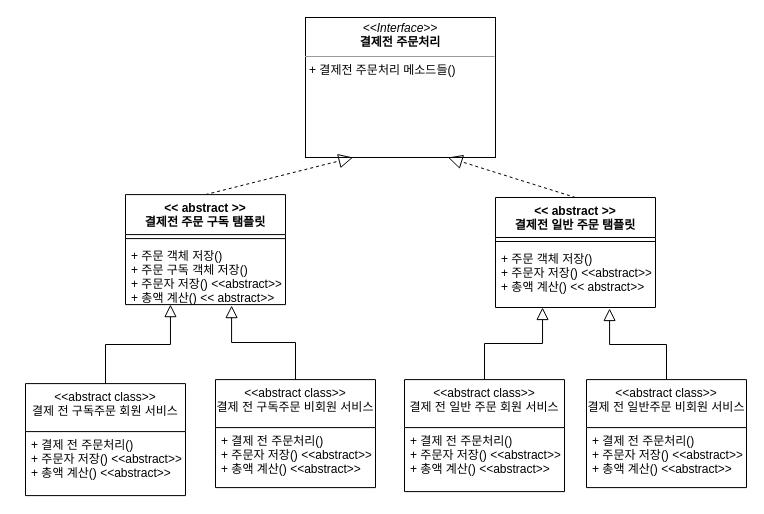
Earlier version of the draw.io diagram 제목 없는 다이어그램.drawio (sdh46/dahye-jenkins). Source tidied: cells renumbered, new cells numbered last; positions are measured from the earlier drawing's top-left corner, leaving out a move shared by most shapes. Both pictures are drawn from the tidied source at 100%, with x=0, y=0 at pixel (25, 17).
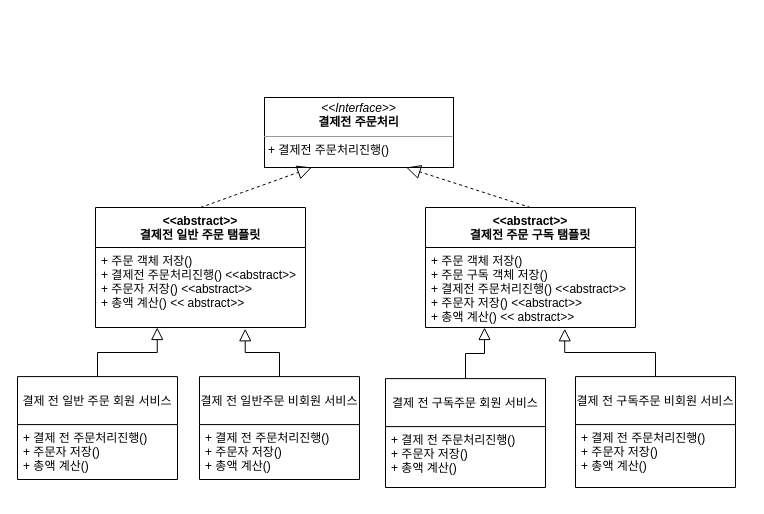
Above is the later version.

Commit message (it also covers changes not shown here):
제목 없는 다이어그램.drawio 업데이트

What changed in the source:
```diff
@@
-    <mxCell id="2" value="&lt;p style=&quot;margin:0px;margin-top:4px;text-align:center;&quot;&gt;&lt;i&gt;&amp;lt;&amp;lt;Interface&amp;gt;&amp;gt;&lt;/i&gt;&lt;br&gt;&lt;b&gt;결제전 주문처리&lt;/b&gt;&lt;/p&gt;&lt;hr size=&quot;1&quot;&gt;&lt;p style=&quot;margin:0px;margin-left:4px;&quot;&gt;&lt;/p&gt;&lt;p style=&quot;margin:0px;margin-left:4px;&quot;&gt;+ 결제전 주문처리 메소드들()&lt;br&gt;&lt;br&gt;&lt;/p&gt;" style="verticalAlign=top;align=left;overflow=fill;fontSize=12;fontFamily=Helvetica;html=1;" parent="1" vertex="1">
-      <mxGeometry x="280" width="190" height="140" as="geometry" />
+    <mxCell id="2" value="&lt;p style=&quot;margin:0px;margin-top:4px;text-align:center;&quot;&gt;&lt;i&gt;&amp;lt;&amp;lt;Interface&amp;gt;&amp;gt;&lt;/i&gt;&lt;br&gt;&lt;b&gt;결제전 주문처리&lt;/b&gt;&lt;/p&gt;&lt;hr size=&quot;1&quot;&gt;&lt;p style=&quot;margin:0px;margin-left:4px;&quot;&gt;&lt;/p&gt;&lt;p style=&quot;margin:0px;margin-left:4px;&quot;&gt;+ 결제전 주문처리진행()&lt;br&gt;&lt;br&gt;&lt;/p&gt;" style="verticalAlign=top;align=left;overflow=fill;fontSize=12;fontFamily=Helvetica;html=1;" parent="1" vertex="1">
+      <mxGeometry x="239" y="80" width="189" height="70" as="geometry" />
     </mxCell>
-    <mxCell id="3" style="endArrow=block;dashed=1;endFill=0;endSize=12;html=1;rounded=0;entryX=0.25;entryY=1;entryDx=0;entryDy=0;exitX=0.5;exitY=0;exitDx=0;exitDy=0;" parent="1" edge="1" source="4" target="2">
+    <mxCell id="3" style="endArrow=block;dashed=1;endFill=0;endSize=12;html=1;rounded=0;entryX=0.75;entryY=1;entryDx=0;entryDy=0;exitX=0.5;exitY=0;exitDx=0;exitDy=0;" parent="1" edge="1" source="4" target="2">
       <mxGeometry relative="1" as="geometry" />
     </mxCell>
-    <mxCell id="4" value="&lt;&lt; abstract &gt;&gt;&#10;결제전 주문 구독 탬플릿" style="swimlane;fontStyle=1;align=center;verticalAlign=top;horizontal=1;startSize=40;" parent="1" vertex="1">
-      <mxGeometry x="100" y="177.1" width="160" height="110" as="geometry" />
+    <mxCell id="4" value="&lt;&lt;abstract&gt;&gt;&#10;결제전 주문 구독 탬플릿" style="swimlane;fontStyle=1;align=center;verticalAlign=top;horizontal=1;startSize=40;" parent="1" vertex="1">
+      <mxGeometry x="400" y="190" width="210" height="120" as="geometry" />
     </mxCell>
-    <mxCell id="5" style="line;strokeWidth=1;fillColor=none;align=left;verticalAlign=middle;spacingTop=-1;spacingLeft=3;spacingRight=3;labelPosition=right;strokeColor=inherit;" parent="4" vertex="1">
-      <mxGeometry y="40" width="160" height="8" as="geometry" />
-    </mxCell>
-    <mxCell id="6" value="+ 주문 객체 저장()&#10;+ 주문 구독 객체 저장()&#10;+ 주문자 저장() &lt;&lt;abstract&gt;&gt;&#10;+ 총액 계산() &lt;&lt; abstract&gt;&gt;" style="text;strokeColor=none;fillColor=none;align=left;verticalAlign=top;spacingLeft=4;spacingRight=4;overflow=hidden;points=[[0,0.5],[1,0.5]];portConstraint=eastwest;" parent="4" vertex="1">
-      <mxGeometry y="48" width="160" height="62" as="geometry" />
+    <mxCell id="6" value="+ 주문 객체 저장()&#10;+ 주문 구독 객체 저장()&#10;+ 결제전 주문처리진행() &lt;&lt;abstract&gt;&gt;&#10;+ 주문자 저장() &lt;&lt;abstract&gt;&gt;&#10;+ 총액 계산() &lt;&lt; abstract&gt;&gt;" style="text;strokeColor=none;fillColor=none;align=left;verticalAlign=top;spacingLeft=4;spacingRight=4;overflow=hidden;points=[[0,0.5],[1,0.5]];portConstraint=eastwest;" parent="4" vertex="1">
+      <mxGeometry y="40" width="210" height="80" as="geometry" />
     </mxCell>
-    <mxCell id="7" style="endArrow=block;dashed=1;endFill=0;endSize=12;html=1;rounded=0;exitX=0.5;exitY=0;exitDx=0;exitDy=0;entryX=0.75;entryY=1;entryDx=0;entryDy=0;" parent="1" edge="1" source="8" target="2">
+    <mxCell id="7" style="endArrow=block;dashed=1;endFill=0;endSize=12;html=1;rounded=0;exitX=0.5;exitY=0;exitDx=0;exitDy=0;entryX=0.25;entryY=1;entryDx=0;entryDy=0;" parent="1" edge="1" source="8" target="2">
       <mxGeometry relative="1" as="geometry" />
     </mxCell>
-    <mxCell id="8" value="&lt;&lt; abstract &gt;&gt;&#10;결제전 일반 주문 탬플릿" style="swimlane;fontStyle=1;align=center;verticalAlign=top;horizontal=1;startSize=40;" parent="1" vertex="1">
-      <mxGeometry x="470" y="180" width="160" height="110" as="geometry" />
+    <mxCell id="8" value="&lt;&lt;abstract&gt;&gt;&#10;결제전 일반 주문 탬플릿" style="swimlane;fontStyle=1;align=center;verticalAlign=top;horizontal=1;startSize=40;" parent="1" vertex="1">
+      <mxGeometry x="70" y="190" width="210" height="120" as="geometry" />
     </mxCell>
-    <mxCell id="9" style="line;strokeWidth=1;fillColor=none;align=left;verticalAlign=middle;spacingTop=-1;spacingLeft=3;spacingRight=3;labelPosition=right;strokeColor=inherit;" parent="8" vertex="1">
-      <mxGeometry y="40" width="160" height="8" as="geometry" />
-    </mxCell>
-    <mxCell id="10" value="+ 주문 객체 저장()&#10;+ 주문자 저장() &lt;&lt;abstract&gt;&gt;&#10;+ 총액 계산() &lt;&lt; abstract&gt;&gt;" style="text;strokeColor=none;fillColor=none;align=left;verticalAlign=top;spacingLeft=4;spacingRight=4;overflow=hidden;points=[[0,0.5],[1,0.5]];portConstraint=eastwest;" parent="8" vertex="1">
-      <mxGeometry y="48" width="160" height="62" as="geometry" />
+    <mxCell id="10" value="+ 주문 객체 저장()&#10;+ 결제전 주문처리진행() &lt;&lt;abstract&gt;&gt;&#10;+ 주문자 저장() &lt;&lt;abstract&gt;&gt;&#10;+ 총액 계산() &lt;&lt; abstract&gt;&gt;" style="text;strokeColor=none;fillColor=none;align=left;verticalAlign=top;spacingLeft=4;spacingRight=4;overflow=hidden;points=[[0,0.5],[1,0.5]];portConstraint=eastwest;" parent="8" vertex="1">
+      <mxGeometry y="40" width="210" height="80" as="geometry" />
     </mxCell>
-    <mxCell id="11" value="&lt;&lt;abstract class&gt;&gt;&#10;결제 전 구독주문 회원 서비스" style="swimlane;fontStyle=0;align=center;verticalAlign=top;horizontal=1;startSize=48;rounded=0;shadow=0;strokeWidth=1;" parent="1" vertex="1">
-      <mxGeometry y="366.1" width="160" height="112" as="geometry" />
+    <mxCell id="11" value="결제 전 구독주문 회원 서비스" style="swimlane;fontStyle=0;align=center;verticalAlign=middle;horizontal=1;startSize=48;rounded=0;shadow=0;strokeWidth=1;" parent="1" vertex="1">
+      <mxGeometry x="360" y="361.1" width="160" height="108.9" as="geometry" />
     </mxCell>
-    <mxCell id="12" value="+ 결제 전 주문처리()&#10;+ 주문자 저장() &lt;&lt;abstract&gt;&gt;&#10;+ 총액 계산() &lt;&lt;abstract&gt;&gt;" style="text;align=left;verticalAlign=top;spacingLeft=4;spacingRight=4;overflow=hidden;" parent="11" vertex="1">
+    <mxCell id="12" value="+ 결제 전 주문처리진행()&#10;+ 주문자 저장()&#10;+ 총액 계산() " style="text;align=left;verticalAlign=top;spacingLeft=4;spacingRight=4;overflow=hidden;" parent="11" vertex="1">
       <mxGeometry y="48" width="160" height="52" as="geometry" />
     </mxCell>
@@
-    <mxCell id="14" value="&lt;&lt;abstract class&gt;&gt;&#10;결제 전 구독주문 비회원 서비스" style="swimlane;fontStyle=0;align=center;verticalAlign=top;horizontal=1;startSize=48;rounded=0;shadow=0;strokeWidth=1;" parent="1" vertex="1">
-      <mxGeometry x="190" y="362.1" width="160" height="108" as="geometry" />
+    <mxCell id="14" value="결제 전 구독주문 비회원 서비스" style="swimlane;fontStyle=0;align=center;verticalAlign=middle;horizontal=1;startSize=48;rounded=0;shadow=0;strokeWidth=1;" parent="1" vertex="1">
+      <mxGeometry x="550" y="359.1" width="160" height="110.9" as="geometry" />
     </mxCell>
-    <mxCell id="15" value="+ 결제 전 주문처리()&#10;+ 주문자 저장() &lt;&lt;abstract&gt;&gt;&#10;+ 총액 계산() &lt;&lt;abstract&gt;&gt;" style="text;align=left;verticalAlign=top;spacingLeft=4;spacingRight=4;overflow=hidden;" parent="14" vertex="1">
-      <mxGeometry y="48" width="160" height="60" as="geometry" />
+    <mxCell id="15" value="+ 결제 전 주문처리진행()&#10;+ 주문자 저장()&#10;+ 총액 계산() " style="text;align=left;verticalAlign=top;spacingLeft=4;spacingRight=4;overflow=hidden;" parent="14" vertex="1">
+      <mxGeometry y="48" width="160" height="62" as="geometry" />
     </mxCell>
@@
-    <mxCell id="17" value="&lt;&lt;abstract class&gt;&gt;&#10;결제 전 일반 주문 회원 서비스" style="swimlane;fontStyle=0;align=center;verticalAlign=top;horizontal=1;startSize=48;rounded=0;shadow=0;strokeWidth=1;" parent="1" vertex="1">
-      <mxGeometry x="379" y="362.1" width="160" height="112" as="geometry" />
+    <mxCell id="17" value="결제 전 일반 주문 회원 서비스" style="swimlane;fontStyle=0;align=center;verticalAlign=middle;horizontal=1;startSize=48;rounded=0;shadow=0;strokeWidth=1;" parent="1" vertex="1">
+      <mxGeometry x="-8" y="359.1" width="160" height="102.9" as="geometry" />
     </mxCell>
-    <mxCell id="18" value="+ 결제 전 주문처리()&#10;+ 주문자 저장() &lt;&lt;abstract&gt;&gt;&#10;+ 총액 계산() &lt;&lt;abstract&gt;&gt;" style="text;align=left;verticalAlign=top;spacingLeft=4;spacingRight=4;overflow=hidden;" parent="17" vertex="1">
-      <mxGeometry y="48" width="160" height="62" as="geometry" />
+    <mxCell id="18" value="+ 결제 전 주문처리진행()&#10;+ 주문자 저장()&#10;+ 총액 계산() " style="text;align=left;verticalAlign=top;spacingLeft=4;spacingRight=4;overflow=hidden;" parent="17" vertex="1">
+      <mxGeometry y="48" width="160" height="52" as="geometry" />
     </mxCell>
-    <mxCell id="19" value="&lt;&lt;abstract class&gt;&gt;&#10;결제 전 일반주문 비회원 서비스" style="swimlane;fontStyle=0;align=center;verticalAlign=top;horizontal=1;startSize=48;rounded=0;shadow=0;strokeWidth=1;" parent="1" vertex="1">
-      <mxGeometry x="561" y="362.1" width="160" height="108" as="geometry" />
+    <mxCell id="19" value="결제 전 일반주문 비회원 서비스" style="swimlane;fontStyle=0;align=center;verticalAlign=middle;horizontal=1;startSize=48;rounded=0;shadow=0;strokeWidth=1;" parent="1" vertex="1">
+      <mxGeometry x="174" y="359.1" width="160" height="102.9" as="geometry" />
     </mxCell>
-    <mxCell id="20" value="+ 결제 전 주문처리()&#10;+ 주문자 저장() &lt;&lt;abstract&gt;&gt;&#10;+ 총액 계산() &lt;&lt;abstract&gt;&gt;" style="text;align=left;verticalAlign=top;spacingLeft=4;spacingRight=4;overflow=hidden;" parent="19" vertex="1">
-      <mxGeometry y="48" width="160" height="60" as="geometry" />
+    <mxCell id="20" value="+ 결제 전 주문처리진행()&#10;+ 주문자 저장()&#10;+ 총액 계산() " style="text;align=left;verticalAlign=top;spacingLeft=4;spacingRight=4;overflow=hidden;" parent="19" vertex="1">
+      <mxGeometry y="48" width="160" height="52" as="geometry" />
     </mxCell>
```
